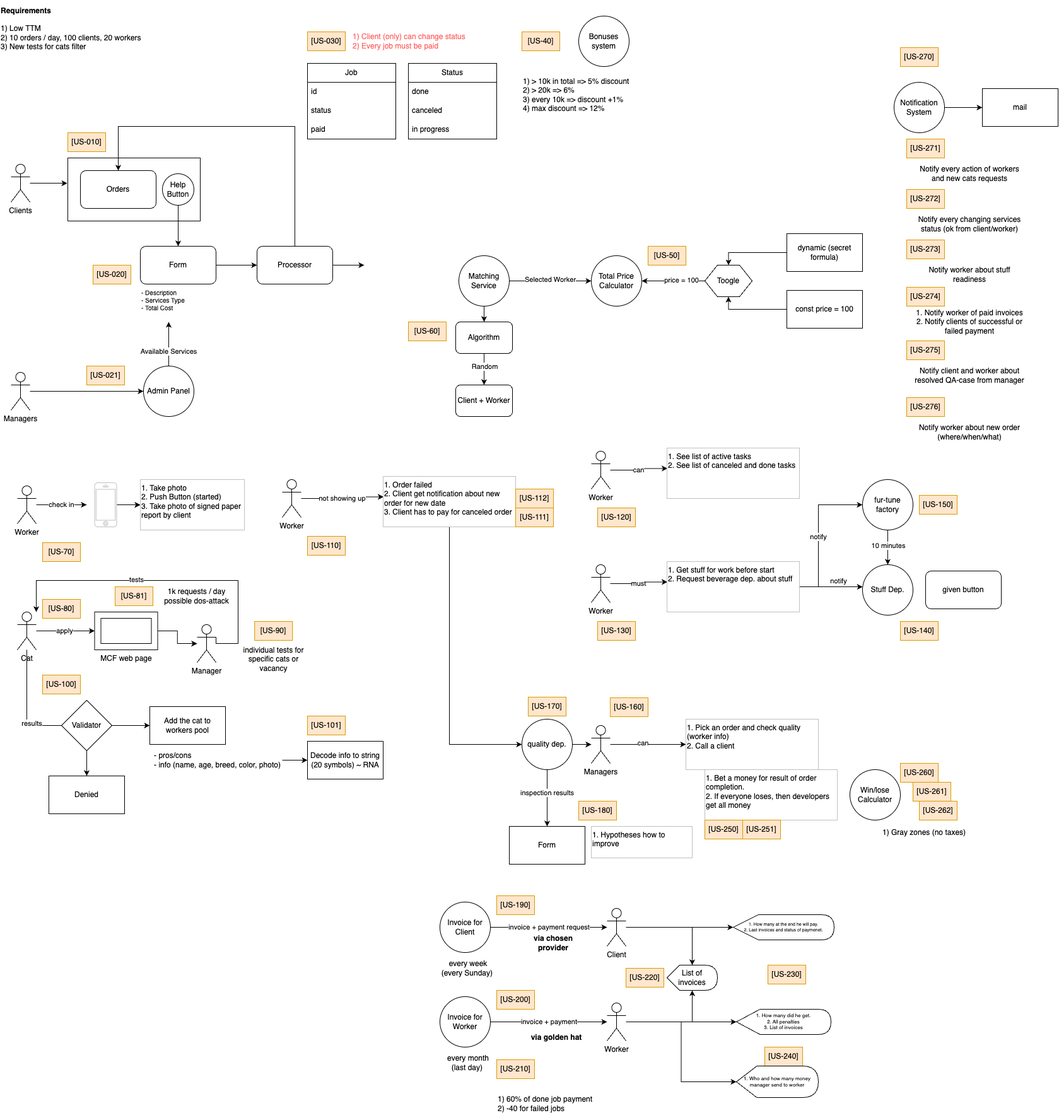
The draw.io diagram stories.png in novikov-ai/system-analysis, before a commit. Source tidied: cells renumbered, new cells last; positions are measured from the earlier drawing's top-left corner, leaving out a move shared by most shapes.
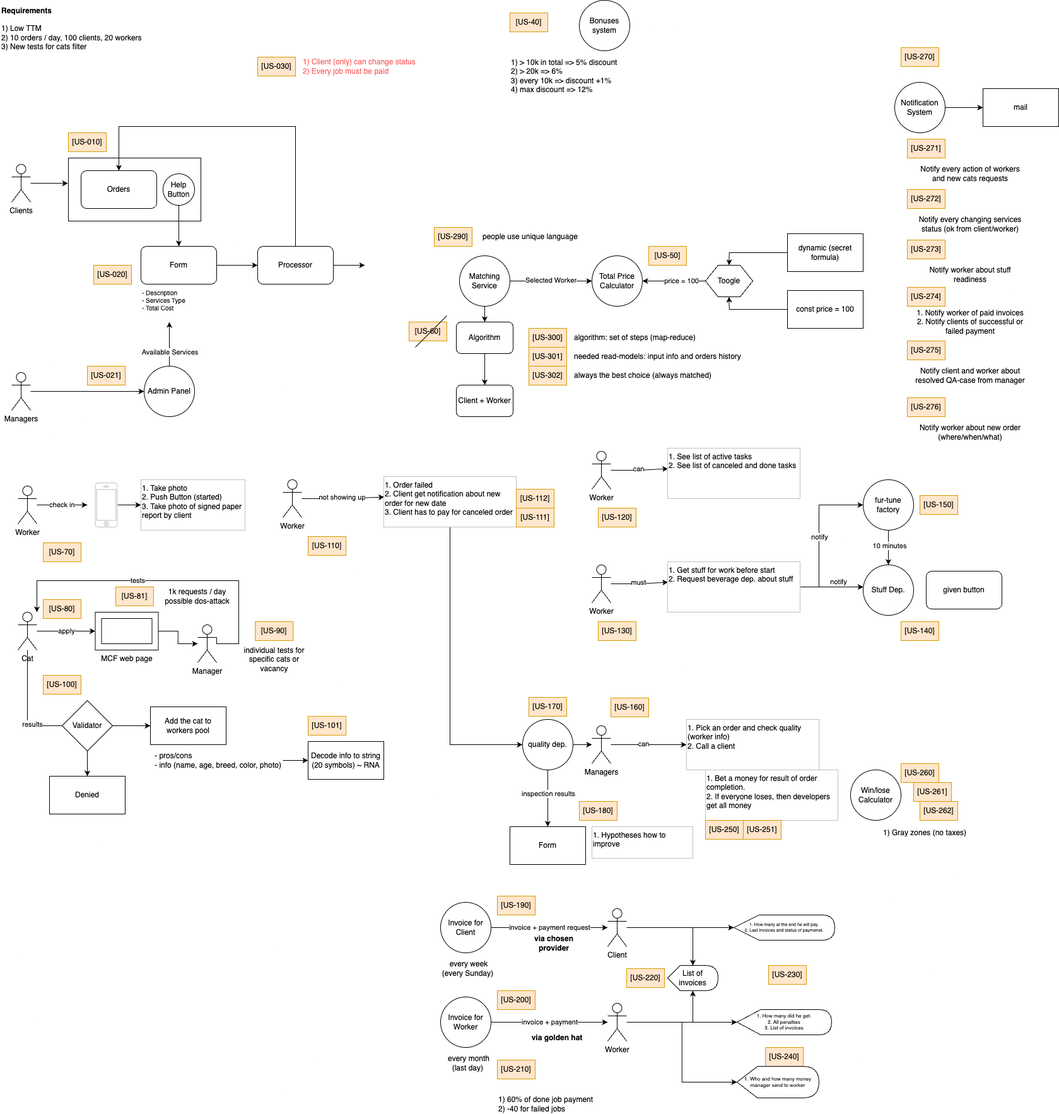
The same diagram one commit later.

Change to the diagram source:
```diff
@@ -69,44 +69,20 @@
     <mxCell id="21" value="Processor" style="rounded=1;whiteSpace=wrap;html=1;" parent="1" vertex="1">
       <mxGeometry x="408" y="390" width="120" height="60" as="geometry" />
     </mxCell>
-    <mxCell id="22" value="Job" style="swimlane;fontStyle=0;horizontal=1;startSize=30;whiteSpace=wrap;html=1;" parent="1" vertex="1">
-      <mxGeometry x="488" y="100" width="140" height="120" as="geometry" />
-    </mxCell>
-    <mxCell id="23" value="id" style="text;strokeColor=none;fillColor=none;align=left;verticalAlign=middle;spacingLeft=4;spacingRight=4;overflow=hidden;whiteSpace=wrap;html=1;" parent="22" vertex="1">
-      <mxGeometry y="30" width="140" height="30" as="geometry" />
-    </mxCell>
-    <mxCell id="24" value="status" style="text;strokeColor=none;fillColor=none;align=left;verticalAlign=middle;spacingLeft=4;spacingRight=4;overflow=hidden;whiteSpace=wrap;html=1;" parent="22" vertex="1">
-      <mxGeometry y="60" width="140" height="30" as="geometry" />
-    </mxCell>
-    <mxCell id="25" value="paid" style="text;strokeColor=none;fillColor=none;align=left;verticalAlign=middle;spacingLeft=4;spacingRight=4;overflow=hidden;whiteSpace=wrap;html=1;" parent="22" vertex="1">
-      <mxGeometry y="90" width="140" height="30" as="geometry" />
-    </mxCell>
-    <mxCell id="26" value="Status" style="swimlane;fontStyle=0;horizontal=1;startSize=30;whiteSpace=wrap;html=1;" parent="1" vertex="1">
-      <mxGeometry x="648" y="100" width="140" height="120" as="geometry" />
-    </mxCell>
-    <mxCell id="27" value="done" style="text;strokeColor=none;fillColor=none;align=left;verticalAlign=middle;spacingLeft=4;spacingRight=4;overflow=hidden;whiteSpace=wrap;html=1;" parent="26" vertex="1">
-      <mxGeometry y="30" width="140" height="30" as="geometry" />
-    </mxCell>
-    <mxCell id="28" value="canceled" style="text;strokeColor=none;fillColor=none;align=left;verticalAlign=middle;spacingLeft=4;spacingRight=4;overflow=hidden;whiteSpace=wrap;html=1;" parent="26" vertex="1">
-      <mxGeometry y="60" width="140" height="30" as="geometry" />
-    </mxCell>
-    <mxCell id="29" value="in progress" style="text;strokeColor=none;fillColor=none;align=left;verticalAlign=middle;spacingLeft=4;spacingRight=4;overflow=hidden;whiteSpace=wrap;html=1;" parent="26" vertex="1">
-      <mxGeometry y="90" width="140" height="30" as="geometry" />
-    </mxCell>
     <mxCell id="30" value="[US-030]" style="text;html=1;strokeColor=#d79b00;fillColor=#ffe6cc;align=center;verticalAlign=middle;whiteSpace=wrap;rounded=0;" parent="1" vertex="1">
-      <mxGeometry x="488" y="50" width="60" height="30" as="geometry" />
+      <mxGeometry x="408" y="90" width="60" height="30" as="geometry" />
     </mxCell>
     <mxCell id="31" value="1) Client (only) can change status&lt;br&gt;2) Every job must be paid" style="text;html=1;strokeColor=none;fillColor=none;align=left;verticalAlign=middle;whiteSpace=wrap;rounded=0;fontColor=#FF6666;fontStyle=0;" parent="1" vertex="1">
-      <mxGeometry x="558" y="55" width="190" height="20" as="geometry" />
+      <mxGeometry x="478" y="95" width="190" height="20" as="geometry" />
     </mxCell>
     <mxCell id="32" value="[US-40]" style="text;html=1;strokeColor=#d79b00;fillColor=#ffe6cc;align=center;verticalAlign=middle;whiteSpace=wrap;rounded=0;" parent="1" vertex="1">
-      <mxGeometry x="828" y="50" width="60" height="30" as="geometry" />
+      <mxGeometry x="808" y="20" width="60" height="30" as="geometry" />
     </mxCell>
     <mxCell id="33" value="Bonuses system" style="ellipse;whiteSpace=wrap;html=1;" parent="1" vertex="1">
-      <mxGeometry x="918" y="25" width="80" height="80" as="geometry" />
+      <mxGeometry x="918" width="80" height="80" as="geometry" />
     </mxCell>
     <mxCell id="34" value="1) &amp;gt; 10k in total =&amp;gt; 5% discount&lt;br&gt;2) &amp;gt; 20k =&amp;gt; 6%&lt;br&gt;3) every 10k =&amp;gt; discount +1%&lt;br&gt;4) max discount =&amp;gt; 12%" style="text;html=1;strokeColor=none;fillColor=none;align=left;verticalAlign=middle;whiteSpace=wrap;rounded=0;fontColor=#000000;fontStyle=0;" parent="1" vertex="1">
-      <mxGeometry x="828" y="140" width="190" height="20" as="geometry" />
+      <mxGeometry x="808" y="110" width="190" height="20" as="geometry" />
     </mxCell>
     <mxCell id="35" style="edgeStyle=orthogonalEdgeStyle;rounded=0;jettySize=auto;html=1;entryX=0;entryY=0.5;entryDx=0;entryDy=0;" parent="1" edge="1" source="38" target="39">
       <mxGeometry relative="1" as="geometry" />
@@ -153,11 +129,6 @@
     <mxCell id="49" style="edgeStyle=orthogonalEdgeStyle;rounded=0;jettySize=auto;html=1;" parent="1" edge="1" source="51" target="52">
       <mxGeometry relative="1" as="geometry" />
     </mxCell>
-    <mxCell id="50" value="Random" style="edgeLabel;html=1;align=center;verticalAlign=middle;" parent="49" vertex="1">
-      <mxGeometry x="-0.44" y="3" relative="1" as="geometry">
-        <mxPoint x="-3" y="6" as="offset" />
-      </mxGeometry>
-    </mxCell>
     <mxCell id="51" value="Algorithm" style="rounded=1;whiteSpace=wrap;html=1;" parent="1" vertex="1">
       <mxGeometry x="723" y="510" width="90" height="50" as="geometry" />
     </mxCell>
@@ -554,5 +525,35 @@
     <mxCell id="172" value="Notify worker about new order (where/when/what)" style="text;html=1;strokeColor=none;fillColor=none;align=center;verticalAlign=middle;whiteSpace=wrap;rounded=0;" parent="1" vertex="1">
       <mxGeometry x="1448" y="670" width="180" height="30" as="geometry" />
     </mxCell>
+    <mxCell id="173" value="[US-290]" style="text;html=1;strokeColor=#d79b00;fillColor=#ffe6cc;align=center;verticalAlign=middle;whiteSpace=wrap;rounded=0;" parent="1" vertex="1">
+      <mxGeometry x="688" y="360" width="60" height="30" as="geometry" />
+    </mxCell>
+    <mxCell id="174" value="people use unique language" style="text;html=1;strokeColor=none;fillColor=none;align=left;verticalAlign=middle;whiteSpace=wrap;rounded=0;fontColor=#000000;fontStyle=0;" parent="1" vertex="1">
+      <mxGeometry x="763" y="365" width="190" height="20" as="geometry" />
+    </mxCell>
+    <mxCell id="175" value="[US-300]" style="text;html=1;strokeColor=#d79b00;fillColor=#ffe6cc;align=center;verticalAlign=middle;whiteSpace=wrap;rounded=0;" parent="1" vertex="1">
+      <mxGeometry x="838" y="520" width="60" height="30" as="geometry" />
+    </mxCell>
+    <mxCell id="176" value="algorithm: set of steps (map-reduce)" style="text;html=1;strokeColor=none;fillColor=none;align=left;verticalAlign=middle;whiteSpace=wrap;rounded=0;fontColor=#000000;fontStyle=0;" parent="1" vertex="1">
+      <mxGeometry x="908" y="525" width="220" height="20" as="geometry" />
+    </mxCell>
+    <mxCell id="177" value="[US-301]" style="text;html=1;strokeColor=#d79b00;fillColor=#ffe6cc;align=center;verticalAlign=middle;whiteSpace=wrap;rounded=0;" parent="1" vertex="1">
+      <mxGeometry x="838" y="550" width="60" height="30" as="geometry" />
+    </mxCell>
+    <mxCell id="178" value="needed read-models: input info and orders history" style="text;html=1;strokeColor=none;fillColor=none;align=left;verticalAlign=middle;whiteSpace=wrap;rounded=0;fontColor=#000000;fontStyle=0;" parent="1" vertex="1">
+      <mxGeometry x="908" y="555" width="270" height="20" as="geometry" />
+    </mxCell>
+    <mxCell id="179" value="[US-302]" style="text;html=1;strokeColor=#d79b00;fillColor=#ffe6cc;align=center;verticalAlign=middle;whiteSpace=wrap;rounded=0;" parent="1" vertex="1">
+      <mxGeometry x="838" y="580" width="60" height="30" as="geometry" />
+    </mxCell>
+    <mxCell id="180" value="always the best choice (always matched)" style="text;html=1;strokeColor=none;fillColor=none;align=left;verticalAlign=middle;whiteSpace=wrap;rounded=0;fontColor=#000000;fontStyle=0;" parent="1" vertex="1">
+      <mxGeometry x="908" y="585" width="270" height="20" as="geometry" />
+    </mxCell>
+    <mxCell id="181" style="endArrow=none;html=1;rounded=0;" parent="1" edge="1">
+      <mxGeometry relative="1" as="geometry">
+        <mxPoint x="658" y="550" as="sourcePoint" />
+        <mxPoint x="708" y="500" as="targetPoint" />
+      </mxGeometry>
+    </mxCell>
   </root>
 </mxGraphModel>
```
